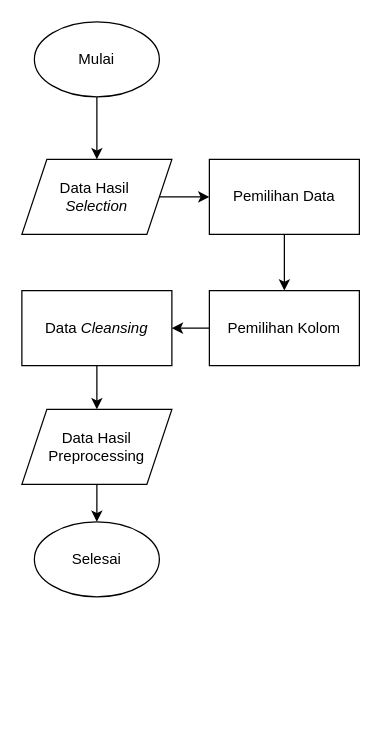
Above: diagrams/flowchart preprocessing.drawio in fadhilra101/skripsi (draw.io), before the change. Source tidied: cells renumbered, new cells numbered last; positions are measured from the earlier drawing's top-left corner, leaving out a move shared by most shapes. Both pictures are drawn from the tidied source at 125%, with x=0, y=0 at pixel (21, 21).
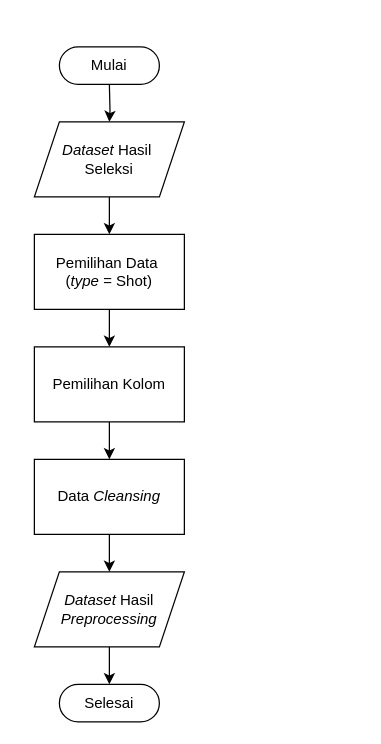
Above is the later version.

Diff of the diagram source:
```diff
@@
 <mxGraphModel>
   <root>
     <mxCell id="0" />
     <mxCell id="1" parent="0" />
-    <mxCell id="2" style="edgeStyle=orthogonalEdgeStyle;rounded=0;jettySize=auto;html=1;" parent="1" edge="1" source="3" target="5">
-      <mxGeometry relative="1" as="geometry" />
+    <mxCell id="2" style="edgeStyle=orthogonalEdgeStyle;rounded=0;jettySize=auto;html=1;" parent="1" edge="1" target="5">
+      <mxGeometry relative="1" as="geometry">
+        <mxPoint x="70" y="50" as="sourcePoint" />
+      </mxGeometry>
     </mxCell>
-    <mxCell id="3" value="Mulai" style="ellipse;whiteSpace=wrap;html=1;" parent="1" vertex="1">
-      <mxGeometry x="10" width="100" height="60" as="geometry" />
-    </mxCell>
     <mxCell id="4" style="edgeStyle=orthogonalEdgeStyle;rounded=0;jettySize=auto;html=1;" parent="1" edge="1" source="5" target="7">
       <mxGeometry relative="1" as="geometry" />
     </mxCell>
-    <mxCell id="5" value="Data Hasil&amp;nbsp;&lt;div&gt;&lt;i&gt;Selection&lt;/i&gt;&lt;/div&gt;" style="shape=parallelogram;perimeter=parallelogramPerimeter;whiteSpace=wrap;html=1;fixedSize=1;" parent="1" vertex="1">
-      <mxGeometry y="110" width="120" height="60" as="geometry" />
+    <mxCell id="5" value="&lt;i&gt;Dataset &lt;/i&gt;Hasil&amp;nbsp;&lt;div&gt;Seleksi&lt;/div&gt;" style="shape=parallelogram;perimeter=parallelogramPerimeter;whiteSpace=wrap;html=1;fixedSize=1;" parent="1" vertex="1">
+      <mxGeometry x="10" y="80" width="120" height="60" as="geometry" />
     </mxCell>
     <mxCell id="6" style="edgeStyle=orthogonalEdgeStyle;rounded=0;jettySize=auto;html=1;" parent="1" edge="1" source="7" target="12">
       <mxGeometry relative="1" as="geometry" />
     </mxCell>
-    <mxCell id="7" value="Pemilihan Data" style="rounded=0;whiteSpace=wrap;html=1;" parent="1" vertex="1">
-      <mxGeometry x="150" y="110" width="120" height="60" as="geometry" />
+    <mxCell id="7" value="Pemilihan Data&amp;nbsp;&lt;div&gt;(&lt;i&gt;type = &lt;/i&gt;Shot)&lt;/div&gt;" style="rounded=0;whiteSpace=wrap;html=1;" parent="1" vertex="1">
+      <mxGeometry x="10" y="170" width="120" height="60" as="geometry" />
     </mxCell>
-    <mxCell id="8" style="edgeStyle=orthogonalEdgeStyle;rounded=0;jettySize=auto;html=1;" parent="1" edge="1" source="9" target="10">
-      <mxGeometry relative="1" as="geometry" />
+    <mxCell id="8" style="edgeStyle=orthogonalEdgeStyle;rounded=0;jettySize=auto;html=1;" parent="1" edge="1" source="9">
+      <mxGeometry relative="1" as="geometry">
+        <mxPoint x="70" y="530" as="targetPoint" />
+      </mxGeometry>
     </mxCell>
-    <mxCell id="9" value="Data Hasil&lt;div&gt;Preprocessing&lt;/div&gt;" style="shape=parallelogram;perimeter=parallelogramPerimeter;whiteSpace=wrap;html=1;fixedSize=1;" parent="1" vertex="1">
-      <mxGeometry y="310" width="120" height="60" as="geometry" />
+    <mxCell id="9" value="&lt;i&gt;Dataset &lt;/i&gt;Hasil&lt;div&gt;&lt;i&gt;Preprocessing&lt;/i&gt;&lt;/div&gt;" style="shape=parallelogram;perimeter=parallelogramPerimeter;whiteSpace=wrap;html=1;fixedSize=1;" parent="1" vertex="1">
+      <mxGeometry x="10" y="440" width="120" height="60" as="geometry" />
     </mxCell>
-    <mxCell id="10" value="Selesai" style="ellipse;whiteSpace=wrap;html=1;" parent="1" vertex="1">
-      <mxGeometry x="10" y="400" width="100" height="60" as="geometry" />
-    </mxCell>
     <mxCell id="11" style="edgeStyle=orthogonalEdgeStyle;rounded=0;jettySize=auto;html=1;" parent="1" edge="1" source="12" target="14">
       <mxGeometry relative="1" as="geometry" />
     </mxCell>
     <mxCell id="12" value="Pemilihan Kolom" style="rounded=0;whiteSpace=wrap;html=1;" parent="1" vertex="1">
-      <mxGeometry x="150" y="215" width="120" height="60" as="geometry" />
+      <mxGeometry x="10" y="260" width="120" height="60" as="geometry" />
     </mxCell>
     <mxCell id="13" style="edgeStyle=orthogonalEdgeStyle;rounded=0;jettySize=auto;html=1;" parent="1" edge="1" source="14" target="9">
       <mxGeometry relative="1" as="geometry" />
     </mxCell>
     <mxCell id="14" value="Data &lt;i&gt;Cleansing&lt;/i&gt;" style="rounded=0;whiteSpace=wrap;html=1;" parent="1" vertex="1">
-      <mxGeometry y="215" width="120" height="60" as="geometry" />
+      <mxGeometry x="10" y="350" width="120" height="60" as="geometry" />
     </mxCell>
+    <mxCell id="3" value="Mulai" style="html=1;dashed=0;whiteSpace=wrap;shape=mxgraph.dfd.start;" parent="1" vertex="1">
+      <mxGeometry x="30" y="20" width="80" height="30" as="geometry" />
+    </mxCell>
+    <mxCell id="10" value="Selesai" style="html=1;dashed=0;whiteSpace=wrap;shape=mxgraph.dfd.start;" parent="1" vertex="1">
+      <mxGeometry x="30" y="530" width="80" height="30" as="geometry" />
+    </mxCell>
   </root>
 </mxGraphModel>
```
